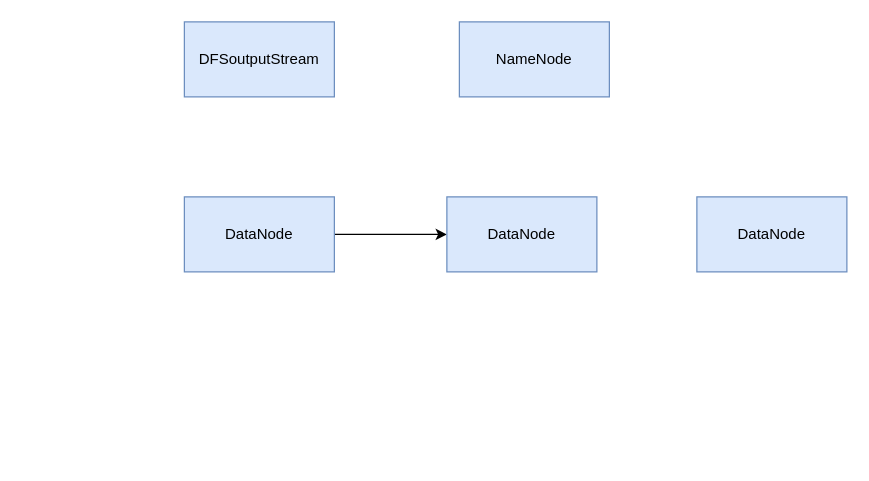
The draw.io diagram drawio/HDFS写数据出错处理流程.drawio in airyv/Image-Hosting, before the edit. Source tidied: cells renumbered, new cells numbered last; positions are measured from the earlier drawing's top-left corner, leaving out a move shared by most shapes. Both pictures are drawn from the tidied source at 125%, with x=0, y=0 at pixel (184, 21).
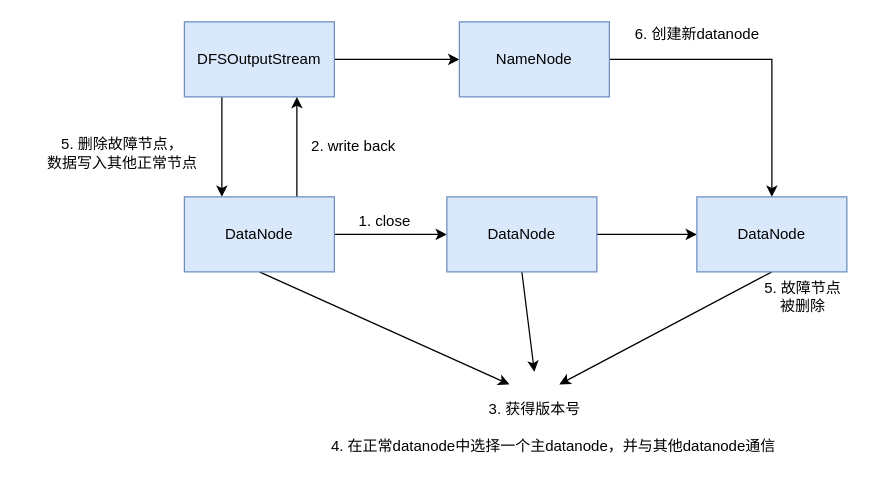
After the change.

Commit message (it also covers changes not shown here):
更新HDFS写数据出错处理流程.drawio

The change refers to these unchanged cells:
```xml
<mxCell id="3" value="NameNode" style="rounded=0;whiteSpace=wrap;html=1;fillColor=#dae8fc;strokeColor=#6c8ebf;" parent="1" vertex="1">
  <mxGeometry x="220" width="120" height="60" as="geometry" />
</mxCell>
<mxCell id="5" value="DataNode" style="rounded=0;whiteSpace=wrap;html=1;fillColor=#dae8fc;strokeColor=#6c8ebf;" parent="1" vertex="1">
  <mxGeometry y="140" width="120" height="60" as="geometry" />
</mxCell>
<mxCell id="6" value="DataNode" style="rounded=0;whiteSpace=wrap;html=1;fillColor=#dae8fc;strokeColor=#6c8ebf;" parent="1" vertex="1">
  <mxGeometry x="210" y="140" width="120" height="60" as="geometry" />
</mxCell>
<mxCell id="7" value="DataNode" style="rounded=0;whiteSpace=wrap;html=1;fillColor=#dae8fc;strokeColor=#6c8ebf;" parent="1" vertex="1">
  <mxGeometry x="410" y="140" width="120" height="60" as="geometry" />
</mxCell>
```

The edit, as a diff of the source:
```diff
@@
+    <mxCell id="8" style="edgeStyle=orthogonalEdgeStyle;rounded=0;jettySize=auto;html=1;exitX=0.25;exitY=1;exitDx=0;exitDy=0;entryX=0.25;entryY=0;entryDx=0;entryDy=0;" parent="1" edge="1" source="2" target="5">
+      <mxGeometry relative="1" as="geometry" />
+    </mxCell>
+    <mxCell id="9" style="edgeStyle=none;rounded=0;jettySize=auto;html=1;exitX=1;exitY=0.5;exitDx=0;exitDy=0;entryX=0;entryY=0.5;entryDx=0;entryDy=0;" parent="1" edge="1" source="2" target="3">
+      <mxGeometry relative="1" as="geometry" />
+    </mxCell>
-    <mxCell id="2" value="DFSoutputStream" style="rounded=0;whiteSpace=wrap;html=1;fillColor=#dae8fc;strokeColor=#6c8ebf;" parent="1" vertex="1">
+    <mxCell id="2" value="DFSOutputStream" style="rounded=0;whiteSpace=wrap;html=1;fillColor=#dae8fc;strokeColor=#6c8ebf;" parent="1" vertex="1">
       <mxGeometry width="120" height="60" as="geometry" />
     </mxCell>
+    <mxCell id="10" style="edgeStyle=none;rounded=0;jettySize=auto;html=1;exitX=1;exitY=0.5;exitDx=0;exitDy=0;entryX=0.5;entryY=0;entryDx=0;entryDy=0;" parent="1" edge="1" source="3" target="7">
+      <mxGeometry relative="1" as="geometry">
+        <Array as="points">
+          <mxPoint x="470" y="30" />
+        </Array>
+      </mxGeometry>
+    </mxCell>
@@
+    <mxCell id="11" style="edgeStyle=orthogonalEdgeStyle;rounded=0;jettySize=auto;html=1;exitX=0.75;exitY=0;exitDx=0;exitDy=0;entryX=0.75;entryY=1;entryDx=0;entryDy=0;" parent="1" edge="1" source="5" target="2">
+      <mxGeometry relative="1" as="geometry" />
+    </mxCell>
+    <mxCell id="12" style="rounded=0;jettySize=auto;html=1;exitX=0.5;exitY=1;exitDx=0;exitDy=0;" parent="1" edge="1" source="5">
+      <mxGeometry relative="1" as="geometry">
+        <mxPoint x="260" y="290" as="targetPoint" />
+      </mxGeometry>
+    </mxCell>
@@
+    <mxCell id="13" style="edgeStyle=orthogonalEdgeStyle;rounded=0;jettySize=auto;html=1;exitX=1;exitY=0.5;exitDx=0;exitDy=0;entryX=0;entryY=0.5;entryDx=0;entryDy=0;" parent="1" edge="1" source="6" target="7">
+      <mxGeometry relative="1" as="geometry" />
+    </mxCell>
+    <mxCell id="14" style="edgeStyle=none;rounded=0;jettySize=auto;html=1;exitX=0.5;exitY=1;exitDx=0;exitDy=0;" parent="1" edge="1" source="6">
+      <mxGeometry relative="1" as="geometry">
+        <mxPoint x="280" y="280" as="targetPoint" />
+      </mxGeometry>
+    </mxCell>
@@
+    <mxCell id="15" style="edgeStyle=none;rounded=0;jettySize=auto;html=1;exitX=0.5;exitY=1;exitDx=0;exitDy=0;" parent="1" edge="1" source="7">
+      <mxGeometry relative="1" as="geometry">
+        <mxPoint x="300" y="290" as="targetPoint" />
+      </mxGeometry>
+    </mxCell>
@@
+    <mxCell id="16" value="1. close" style="text;html=1;align=center;verticalAlign=middle;strokeColor=none;" parent="1" vertex="1">
+      <mxGeometry x="130" y="150" width="60" height="20" as="geometry" />
+    </mxCell>
+    <mxCell id="17" value="2. write back" style="text;html=1;align=center;verticalAlign=middle;strokeColor=none;" parent="1" vertex="1">
+      <mxGeometry x="90" y="90" width="90" height="20" as="geometry" />
+    </mxCell>
+    <mxCell id="18" value="3. 获得版本号" style="text;html=1;align=center;verticalAlign=middle;strokeColor=none;" parent="1" vertex="1">
+      <mxGeometry x="230" y="300" width="100" height="20" as="geometry" />
+    </mxCell>
+    <mxCell id="19" value="4. 在正常datanode中选择一个主datanode，并与其他datanode通信" style="text;html=1;align=center;verticalAlign=middle;strokeColor=none;" parent="1" vertex="1">
+      <mxGeometry x="80" y="330" width="430" height="20" as="geometry" />
+    </mxCell>
+    <mxCell id="20" value="5. 删除故障节点，&lt;br&gt;数据写入其他正常节点" style="text;html=1;align=center;verticalAlign=middle;strokeColor=none;" parent="1" vertex="1">
+      <mxGeometry x="-130" y="90" width="160" height="30" as="geometry" />
+    </mxCell>
+    <mxCell id="21" value="5. 故障节点被删除" style="text;html=1;strokeColor=none;fillColor=none;align=center;verticalAlign=middle;whiteSpace=wrap;rounded=0;" parent="1" vertex="1">
+      <mxGeometry x="460" y="210" width="70" height="20" as="geometry" />
+    </mxCell>
+    <mxCell id="22" value="6. 创建新datanode" style="text;html=1;align=center;verticalAlign=middle;strokeColor=none;" parent="1" vertex="1">
+      <mxGeometry x="345" width="130" height="20" as="geometry" />
+    </mxCell>
```
